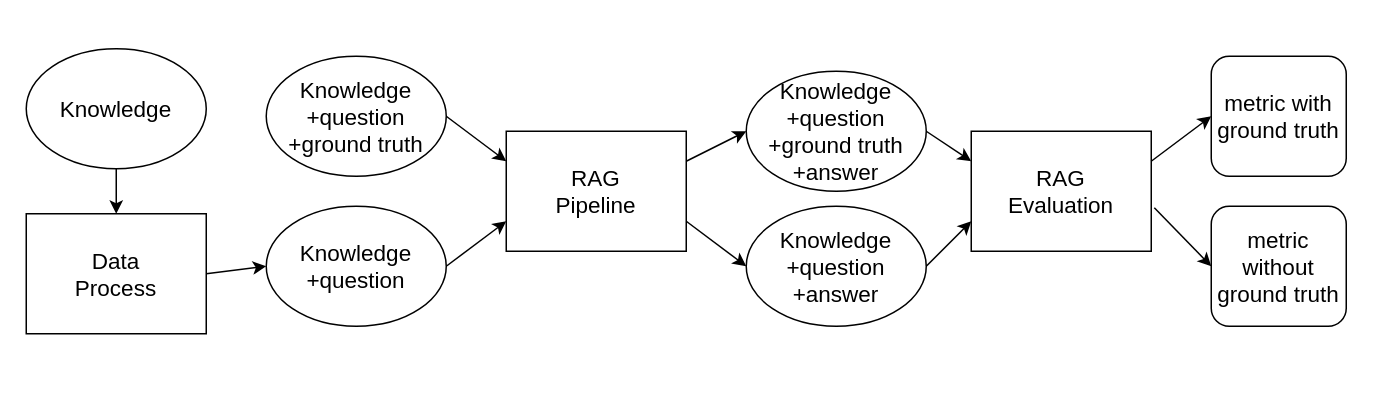
Before: rag/rageval.drawio in linqinluli/picture_draw, a draw.io diagram. Source tidied: cells renumbered, new cells numbered last; positions are measured from the earlier drawing's top-left corner, leaving out a move shared by most shapes. Both pictures are drawn from the tidied source at 150%, with x=0, y=0 at pixel (26, 48).
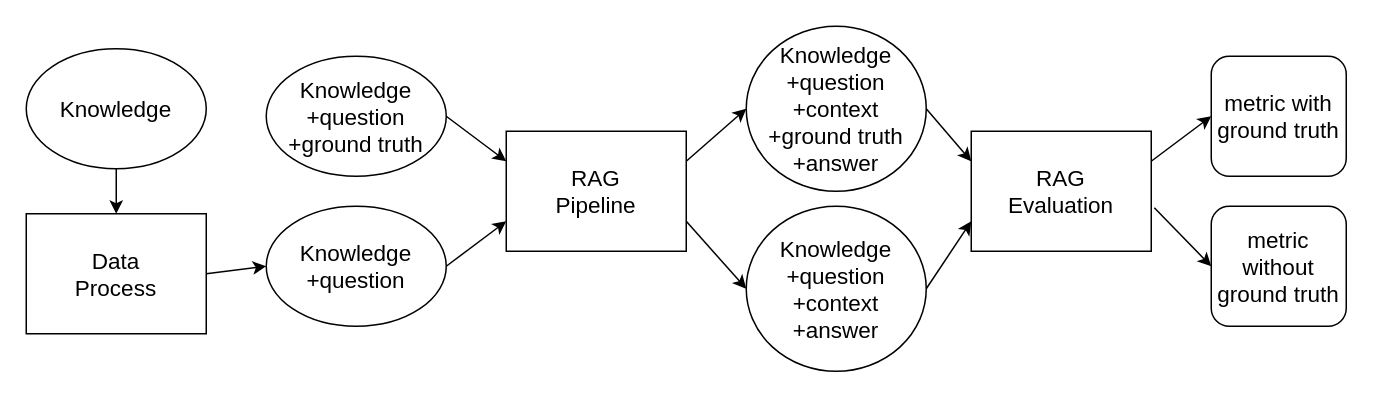
After the change.

Change to the diagram source:
```diff
@@
-    <mxCell id="11" value="Knowledge&lt;div style=&quot;font-size: 15px;&quot;&gt;+question&lt;/div&gt;&lt;div style=&quot;font-size: 15px;&quot;&gt;+answer&lt;/div&gt;" style="ellipse;whiteSpace=wrap;html=1;fontSize=15;" parent="1" vertex="1">
-      <mxGeometry x="480" y="105" width="120" height="80" as="geometry" />
+    <mxCell id="11" value="Knowledge&lt;div style=&quot;font-size: 15px;&quot;&gt;+question&lt;/div&gt;&lt;div style=&quot;font-size: 15px;&quot;&gt;+context&lt;/div&gt;&lt;div style=&quot;font-size: 15px;&quot;&gt;+answer&lt;/div&gt;" style="ellipse;whiteSpace=wrap;html=1;fontSize=15;" parent="1" vertex="1">
+      <mxGeometry x="480" y="105" width="120" height="110" as="geometry" />
     </mxCell>
-    <mxCell id="12" value="Knowledge&lt;div style=&quot;font-size: 15px;&quot;&gt;+question&lt;/div&gt;&lt;div style=&quot;font-size: 15px;&quot;&gt;+ground truth&lt;/div&gt;&lt;div style=&quot;font-size: 15px;&quot;&gt;+answer&lt;/div&gt;" style="ellipse;whiteSpace=wrap;html=1;fontSize=15;" parent="1" vertex="1">
-      <mxGeometry x="480" y="15" width="120" height="80" as="geometry" />
+    <mxCell id="12" value="Knowledge&lt;div style=&quot;font-size: 15px;&quot;&gt;+question&lt;/div&gt;&lt;div style=&quot;font-size: 15px;&quot;&gt;+context&lt;/div&gt;&lt;div style=&quot;font-size: 15px;&quot;&gt;+ground truth&lt;/div&gt;&lt;div style=&quot;font-size: 15px;&quot;&gt;+answer&lt;/div&gt;" style="ellipse;whiteSpace=wrap;html=1;fontSize=15;" parent="1" vertex="1">
+      <mxGeometry x="480" y="-15" width="120" height="110" as="geometry" />
     </mxCell>
```
